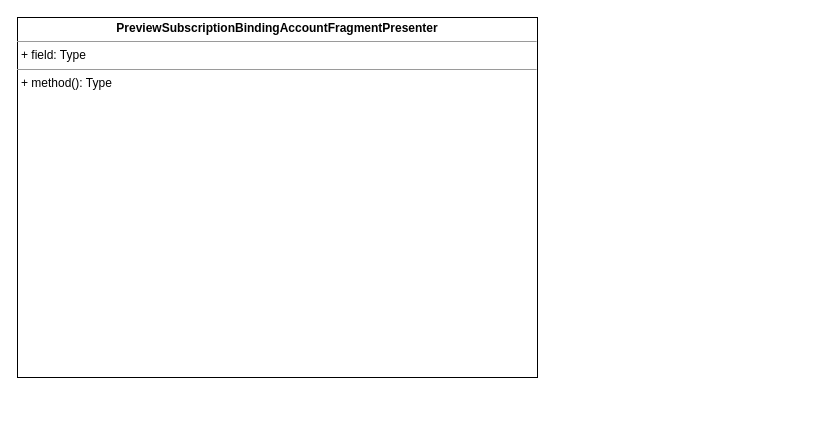
Above: UNI-17136.drawio in ShiryaevNikolay/diagrams (draw.io), before the change. Source tidied: cells renumbered, new cells numbered last; positions are measured from the earlier drawing's top-left corner, leaving out a move shared by most shapes. Both pictures are drawn from the tidied source at 100%, with x=0, y=0 at pixel (17, 17).
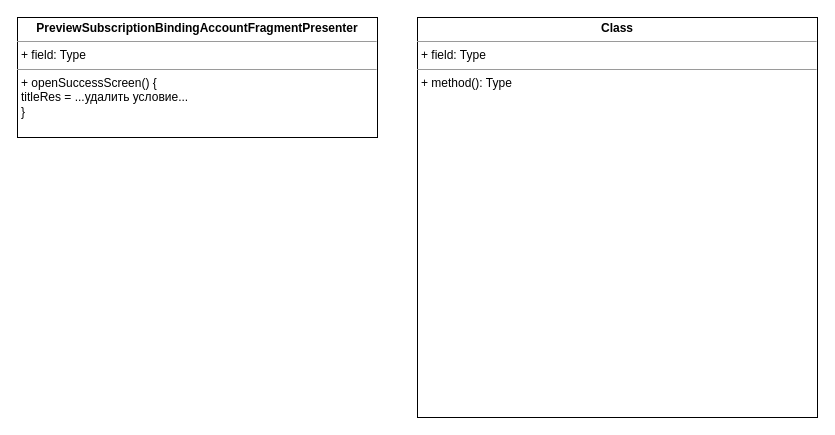
The same page after the edit.

Diff of the diagram source:
```diff
@@
 <mxGraphModel>
   <root>
     <mxCell id="0" />
     <mxCell id="1" parent="0" />
-    <mxCell id="2" value="&lt;p style=&quot;margin:0px;margin-top:4px;text-align:center;&quot;&gt;&lt;b&gt;PreviewSubscriptionBindingAccountFragmentPresenter&lt;/b&gt;&lt;/p&gt;&lt;hr size=&quot;1&quot;&gt;&lt;p style=&quot;margin:0px;margin-left:4px;&quot;&gt;+ field: Type&lt;/p&gt;&lt;hr size=&quot;1&quot;&gt;&lt;p style=&quot;margin:0px;margin-left:4px;&quot;&gt;+ method(): Type&lt;/p&gt;" style="verticalAlign=top;align=left;overflow=fill;fontSize=12;fontFamily=Helvetica;html=1;" parent="1" vertex="1">
-      <mxGeometry width="520" height="360" as="geometry" />
+    <mxCell id="2" value="&lt;p style=&quot;margin:0px;margin-top:4px;text-align:center;&quot;&gt;&lt;b&gt;PreviewSubscriptionBindingAccountFragmentPresenter&lt;/b&gt;&lt;/p&gt;&lt;hr size=&quot;1&quot;&gt;&lt;p style=&quot;margin:0px;margin-left:4px;&quot;&gt;+ field: Type&lt;/p&gt;&lt;hr size=&quot;1&quot;&gt;&lt;p style=&quot;margin:0px;margin-left:4px;&quot;&gt;+ openSuccessScreen() {&lt;/p&gt;&lt;p style=&quot;margin:0px;margin-left:4px;&quot;&gt;titleRes = ...удалить условие...&lt;br&gt;&lt;/p&gt;&lt;p style=&quot;margin:0px;margin-left:4px;&quot;&gt;}&lt;br&gt;&lt;/p&gt;" style="verticalAlign=top;align=left;overflow=fill;fontSize=12;fontFamily=Helvetica;html=1;" parent="1" vertex="1">
+      <mxGeometry width="360" height="120" as="geometry" />
     </mxCell>
+    <mxCell id="3" value="&lt;p style=&quot;margin:0px;margin-top:4px;text-align:center;&quot;&gt;&lt;b&gt;Class&lt;/b&gt;&lt;/p&gt;&lt;hr size=&quot;1&quot;/&gt;&lt;p style=&quot;margin:0px;margin-left:4px;&quot;&gt;+ field: Type&lt;/p&gt;&lt;hr size=&quot;1&quot;/&gt;&lt;p style=&quot;margin:0px;margin-left:4px;&quot;&gt;+ method(): Type&lt;/p&gt;" style="verticalAlign=top;align=left;overflow=fill;fontSize=12;fontFamily=Helvetica;html=1;" parent="1" vertex="1">
+      <mxGeometry x="400" width="400" height="400" as="geometry" />
+    </mxCell>
   </root>
 </mxGraphModel>
```
